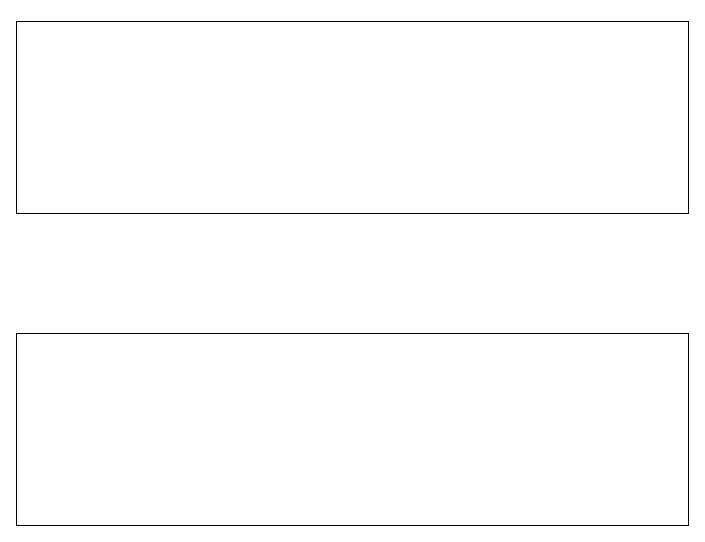
Before: Janacek Floorplan.drawio in ghthompson/Group-Project-for-Visual-Basic, a draw.io diagram. Source tidied: cells renumbered, new cells numbered last; positions are measured from the earlier drawing's top-left corner, leaving out a move shared by most shapes. Both pictures are drawn from the tidied source at 100%, with x=0, y=0 at pixel (16, 21).
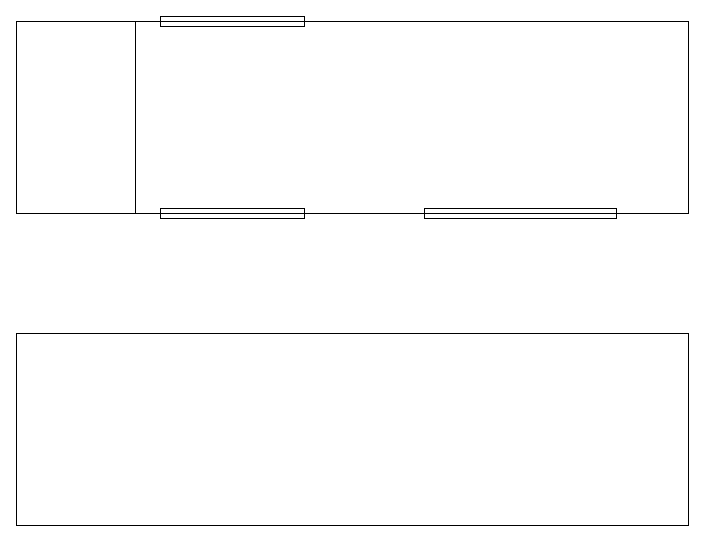
The same diagram, later.

Change to the diagram source:
```diff
@@
 <mxGraphModel>
   <root>
     <mxCell id="0" />
     <mxCell id="1" parent="0" />
     <mxCell id="2" style="rounded=0;whiteSpace=wrap;html=1;" parent="1" vertex="1">
       <mxGeometry width="672" height="192" as="geometry" />
     </mxCell>
     <mxCell id="3" style="rounded=0;whiteSpace=wrap;html=1;" parent="1" vertex="1">
       <mxGeometry y="312" width="672" height="192" as="geometry" />
     </mxCell>
+    <mxCell id="4" style="line;strokeWidth=1;direction=south;html=1;" parent="1" vertex="1">
+      <mxGeometry x="114" width="10" height="192" as="geometry" />
+    </mxCell>
+    <mxCell id="5" style="verticalLabelPosition=bottom;html=1;verticalAlign=top;align=center;shape=mxgraph.floorplan.window;fillColor=#ffffff;strokeWidth=1;" parent="1" vertex="1">
+      <mxGeometry x="144" y="-5" width="144" height="10" as="geometry" />
+    </mxCell>
+    <mxCell id="6" style="verticalLabelPosition=bottom;html=1;verticalAlign=top;align=center;shape=mxgraph.floorplan.window;fillColor=#ffffff;strokeWidth=1;" parent="1" vertex="1">
+      <mxGeometry x="144" y="187" width="144" height="10" as="geometry" />
+    </mxCell>
+    <mxCell id="7" style="verticalLabelPosition=bottom;html=1;verticalAlign=top;align=center;shape=mxgraph.floorplan.window;fillColor=#ffffff;strokeWidth=1;" parent="1" vertex="1">
+      <mxGeometry x="408" y="187" width="192" height="10" as="geometry" />
+    </mxCell>
   </root>
 </mxGraphModel>
```
